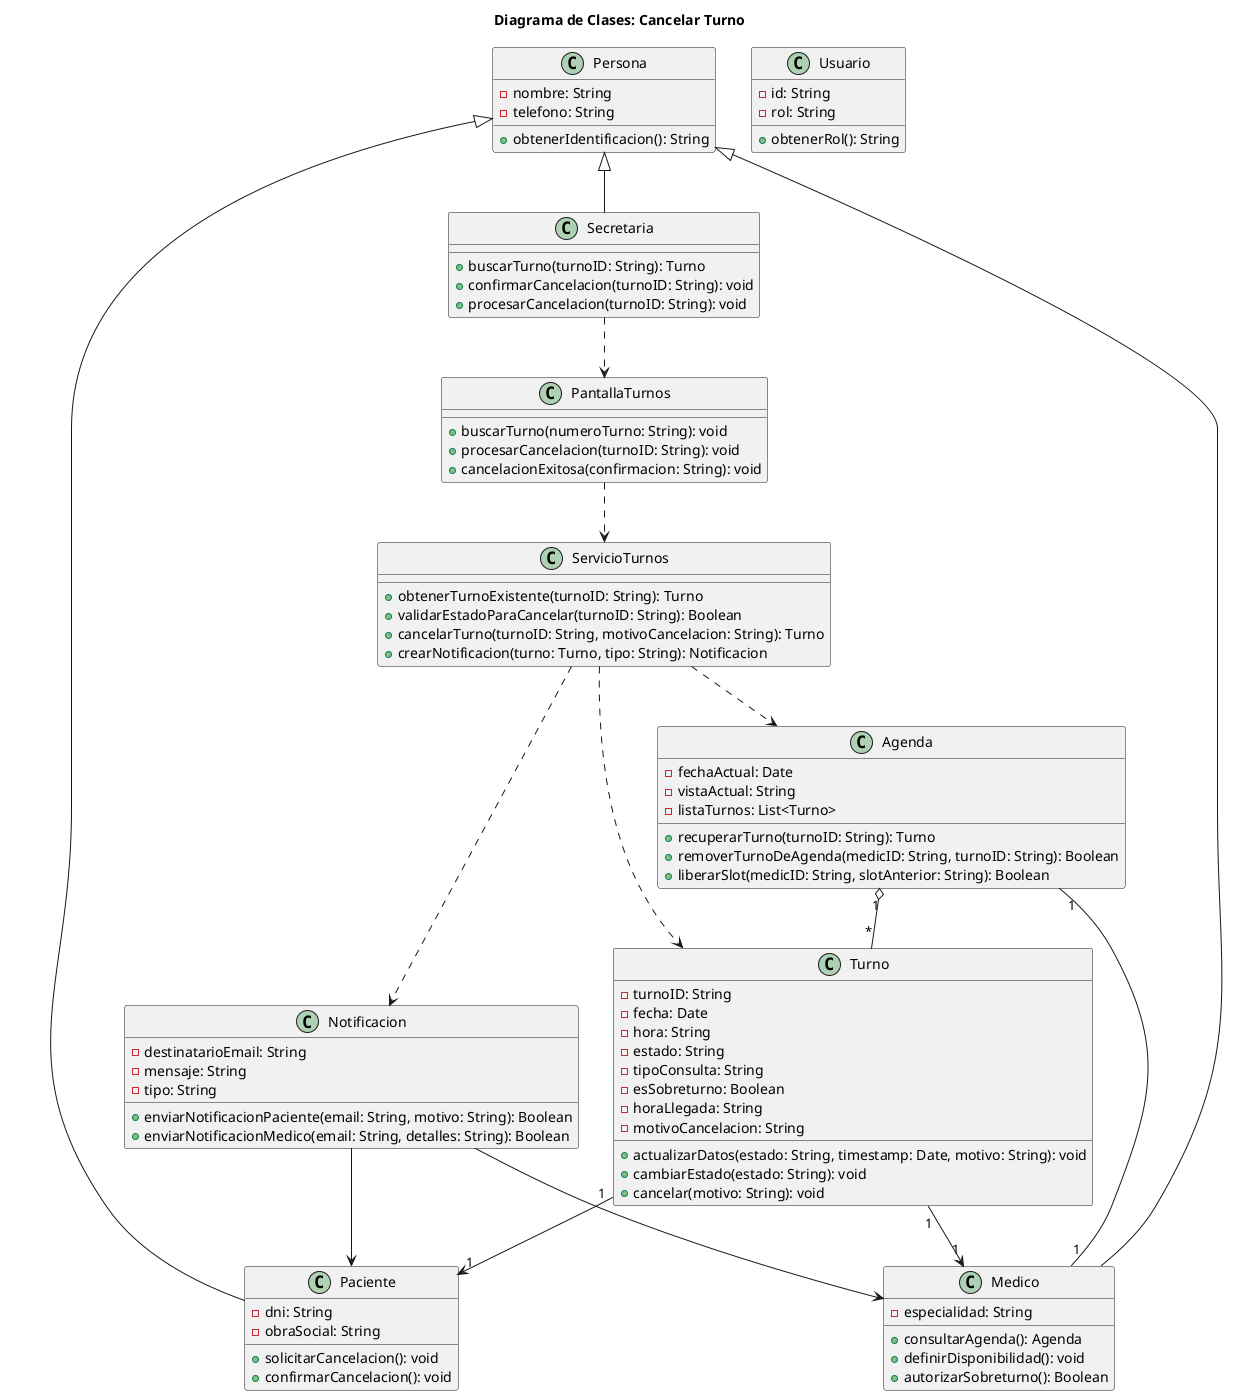
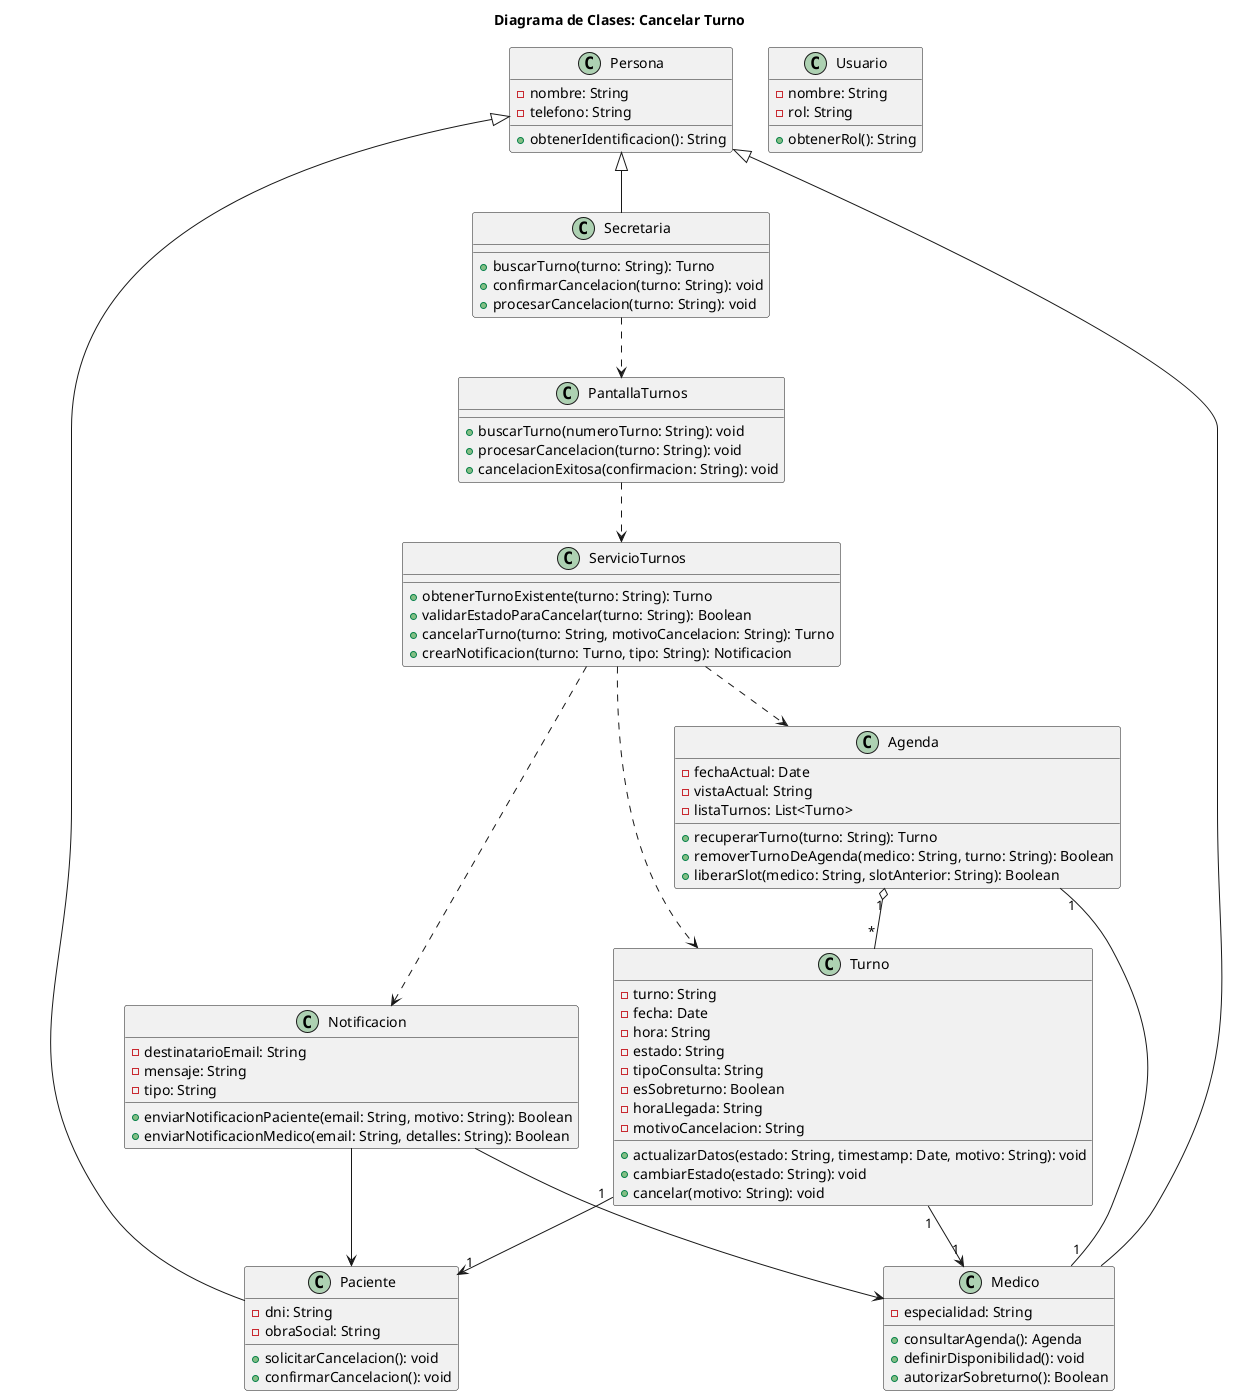
@startuml 03-clases-cancelar-turno-03
title Diagrama de Clases: Cancelar Turno

class Persona {
  - nombre: String
  - telefono: String
  + obtenerIdentificacion(): String
}

class Usuario {
-   - id: String
+   - nombre: String
  - rol: String
  + obtenerRol(): String
}

class Paciente {
  - dni: String
  - obraSocial: String
  + solicitarCancelacion(): void
  + confirmarCancelacion(): void
}

class Secretaria {
-   + buscarTurno(turnoID: String): Turno
-   + confirmarCancelacion(turnoID: String): void
-   + procesarCancelacion(turnoID: String): void
+   + buscarTurno(turno: String): Turno
+   + confirmarCancelacion(turno: String): void
+   + procesarCancelacion(turno: String): void
}

class Medico {
  - especialidad: String
  + consultarAgenda(): Agenda
  + definirDisponibilidad(): void
  + autorizarSobreturno(): Boolean
}

class Agenda {
  - fechaActual: Date
  - vistaActual: String
  - listaTurnos: List<Turno>
-   + recuperarTurno(turnoID: String): Turno
-   + removerTurnoDeAgenda(medicID: String, turnoID: String): Boolean
-   + liberarSlot(medicID: String, slotAnterior: String): Boolean
+   + recuperarTurno(turno: String): Turno
+   + removerTurnoDeAgenda(medico: String, turno: String): Boolean
+   + liberarSlot(medico: String, slotAnterior: String): Boolean
}

class Turno {
-   - turnoID: String
+   - turno: String
  - fecha: Date
  - hora: String
  - estado: String
  - tipoConsulta: String
  - esSobreturno: Boolean
  - horaLlegada: String
  - motivoCancelacion: String
  + actualizarDatos(estado: String, timestamp: Date, motivo: String): void
  + cambiarEstado(estado: String): void
  + cancelar(motivo: String): void
}

class Notificacion {
  - destinatarioEmail: String
  - mensaje: String
  - tipo: String
  + enviarNotificacionPaciente(email: String, motivo: String): Boolean
  + enviarNotificacionMedico(email: String, detalles: String): Boolean
}

class ServicioTurnos {
-   + obtenerTurnoExistente(turnoID: String): Turno
-   + validarEstadoParaCancelar(turnoID: String): Boolean
-   + cancelarTurno(turnoID: String, motivoCancelacion: String): Turno
+   + obtenerTurnoExistente(turno: String): Turno
+   + validarEstadoParaCancelar(turno: String): Boolean
+   + cancelarTurno(turno: String, motivoCancelacion: String): Turno
  + crearNotificacion(turno: Turno, tipo: String): Notificacion
}

class PantallaTurnos {
  + buscarTurno(numeroTurno: String): void
-   + procesarCancelacion(turnoID: String): void
+   + procesarCancelacion(turno: String): void
  + cancelacionExitosa(confirmacion: String): void
}

Persona <|-- Paciente
Persona <|-- Medico
Persona <|-- Secretaria

Agenda "1" o-- "*" Turno
Agenda "1" -- "1" Medico
Turno "1" --> "1" Paciente
Turno "1" --> "1" Medico
ServicioTurnos ..> Agenda
ServicioTurnos ..> Turno
ServicioTurnos ..> Notificacion
PantallaTurnos ..> ServicioTurnos
Secretaria ..> PantallaTurnos
Notificacion --> Paciente
Notificacion --> Medico

@enduml